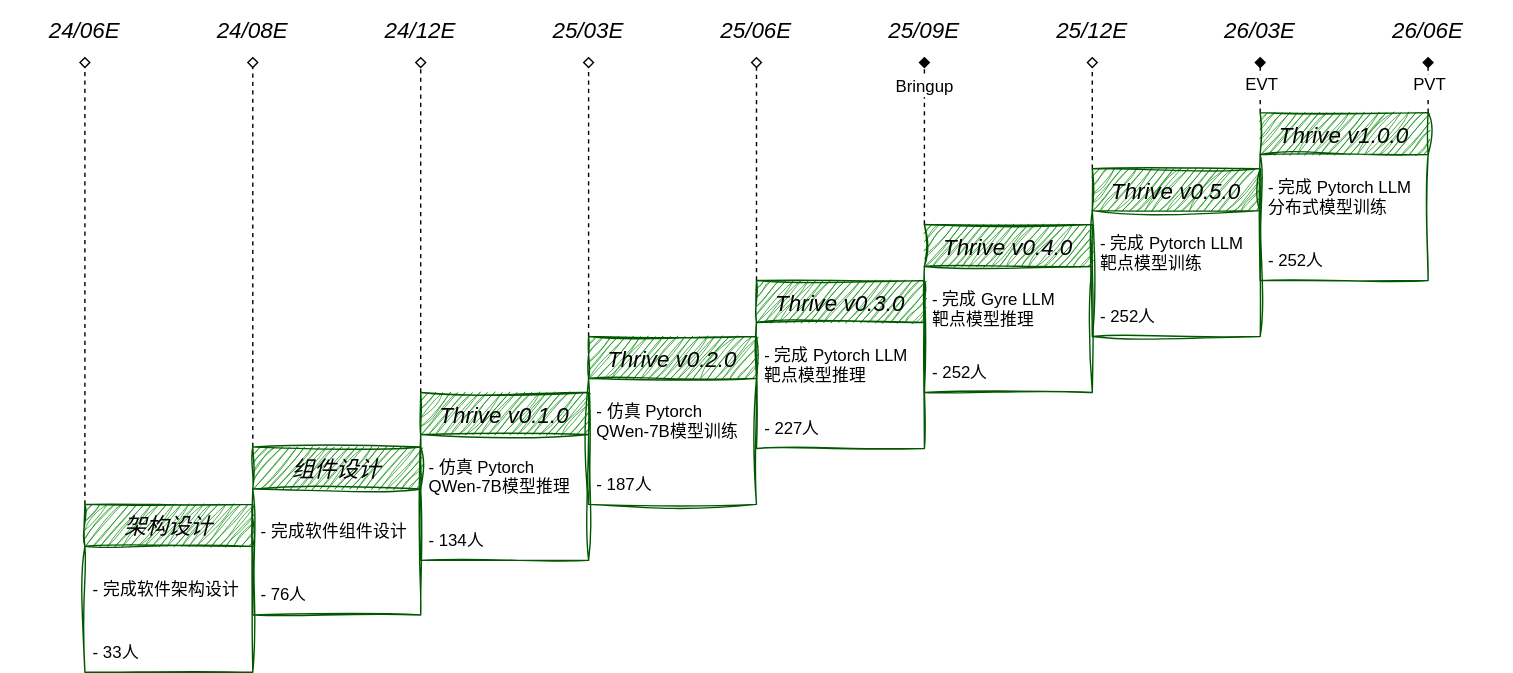
Above: doc/dev_schedule.drawio.svg in matchdiy/memo (draw.io), before the change. Source tidied: cells renumbered, new cells last; positions are measured from the earlier drawing's top-left corner, leaving out a move shared by most shapes.
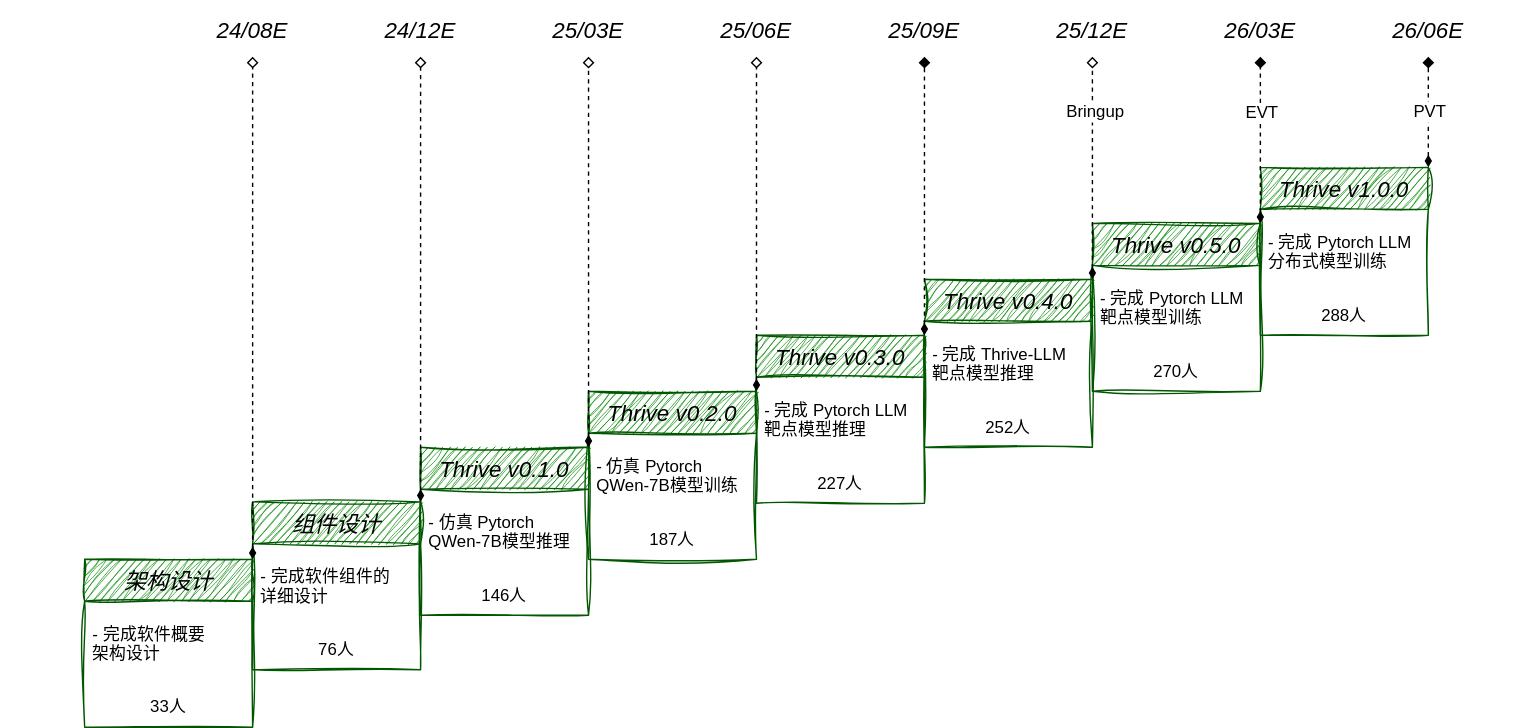
Above is the later version.

Diff of the diagram source:
```diff
@@ -4,68 +4,36 @@
     <mxCell id="1" parent="0" />
-    <mxCell id="2" value="24/06E" style="rounded=0;fontSize=16;fontStyle=2;dashed=1;dashPattern=1 1;strokeColor=none;sketch=1;curveFitting=1;jiggle=2;" parent="1" vertex="1">
+    <mxCell id="2" style="rounded=0;fontSize=16;fontStyle=2;dashed=1;dashPattern=1 1;strokeColor=none;fontColor=default;" parent="1" vertex="1">
       <mxGeometry width="120" height="40" as="geometry" />
     </mxCell>
-    <mxCell id="3" value="24/08E" style="rounded=0;fontSize=16;fontStyle=2;dashed=1;dashPattern=1 1;strokeColor=none;sketch=1;curveFitting=1;jiggle=2;" parent="1" vertex="1">
+    <mxCell id="3" value="24/08E" style="rounded=0;fontSize=16;fontStyle=2;dashed=1;dashPattern=1 1;strokeColor=none;fontColor=default;" parent="1" vertex="1">
       <mxGeometry x="120" width="120" height="40" as="geometry" />
     </mxCell>
-    <mxCell id="4" value="24/12E" style="rounded=0;fontSize=16;fontStyle=2;dashed=1;dashPattern=1 1;strokeColor=none;sketch=1;curveFitting=1;jiggle=2;" parent="1" vertex="1">
+    <mxCell id="4" value="24/12E" style="rounded=0;fontSize=16;fontStyle=2;dashed=1;dashPattern=1 1;strokeColor=none;fontColor=default;" parent="1" vertex="1">
       <mxGeometry x="240" width="120" height="40" as="geometry" />
     </mxCell>
-    <mxCell id="5" value="25/03E" style="rounded=0;fontSize=16;fontStyle=2;dashed=1;dashPattern=1 1;strokeColor=none;sketch=1;curveFitting=1;jiggle=2;" parent="1" vertex="1">
+    <mxCell id="5" value="25/03E" style="rounded=0;fontSize=16;fontStyle=2;dashed=1;dashPattern=1 1;strokeColor=none;fontColor=default;" parent="1" vertex="1">
       <mxGeometry x="360" width="120" height="40" as="geometry" />
     </mxCell>
-    <mxCell id="6" value="25/06E" style="rounded=0;fontSize=16;fontStyle=2;dashed=1;dashPattern=1 1;strokeColor=none;sketch=1;curveFitting=1;jiggle=2;" parent="1" vertex="1">
+    <mxCell id="6" value="25/06E" style="rounded=0;fontSize=16;fontStyle=2;dashed=1;dashPattern=1 1;strokeColor=none;fontColor=default;" parent="1" vertex="1">
       <mxGeometry x="480" width="120" height="40" as="geometry" />
     </mxCell>
-    <mxCell id="7" value="25/09E" style="rounded=0;fontSize=16;fontStyle=2;dashed=1;dashPattern=1 1;strokeColor=none;sketch=1;curveFitting=1;jiggle=2;" parent="1" vertex="1">
+    <mxCell id="7" value="25/09E" style="rounded=0;fontSize=16;fontStyle=2;dashed=1;dashPattern=1 1;strokeColor=none;fontColor=default;" parent="1" vertex="1">
       <mxGeometry x="600" width="120" height="40" as="geometry" />
     </mxCell>
-    <mxCell id="8" value="25/12E" style="rounded=0;fontSize=16;fontStyle=2;dashed=1;dashPattern=1 1;strokeColor=none;sketch=1;curveFitting=1;jiggle=2;" parent="1" vertex="1">
+    <mxCell id="8" value="25/12E" style="rounded=0;fontSize=16;fontStyle=2;dashed=1;dashPattern=1 1;strokeColor=none;fontColor=default;" parent="1" vertex="1">
       <mxGeometry x="720" width="120" height="40" as="geometry" />
     </mxCell>
-    <mxCell id="9" value="26/03E" style="rounded=0;fontSize=16;fontStyle=2;dashed=1;dashPattern=1 1;strokeColor=none;sketch=1;curveFitting=1;jiggle=2;" parent="1" vertex="1">
+    <mxCell id="9" value="26/03E" style="rounded=0;fontSize=16;fontStyle=2;dashed=1;dashPattern=1 1;strokeColor=none;fontColor=default;" parent="1" vertex="1">
       <mxGeometry x="840" width="120" height="40" as="geometry" />
     </mxCell>
-    <mxCell id="10" value="26/06E" style="rounded=0;fontSize=16;fontStyle=2;dashed=1;dashPattern=1 1;strokeColor=none;sketch=1;curveFitting=1;jiggle=2;" parent="1" vertex="1">
+    <mxCell id="10" value="26/06E" style="rounded=0;fontSize=16;fontStyle=2;dashed=1;dashPattern=1 1;strokeColor=none;fontColor=default;" parent="1" vertex="1">
       <mxGeometry x="960" width="120" height="40" as="geometry" />
     </mxCell>
-    <mxCell id="11" style="endArrow=diamond;dashed=1;fontSize=16;entryX=0.5;entryY=1;entryDx=0;entryDy=0;startArrow=none;startFill=0;endFill=0;exitX=0;exitY=0;exitDx=0;exitDy=0;fontColor=default;fontStyle=2;" parent="1" edge="1" source="21" target="2">
-      <mxGeometry relative="1" as="geometry" />
-    </mxCell>
-    <mxCell id="12" style="endArrow=diamond;dashed=1;fontSize=16;entryX=0.5;entryY=1;entryDx=0;entryDy=0;startArrow=none;startFill=0;endFill=0;exitX=0;exitY=0;exitDx=0;exitDy=0;fontColor=default;fontStyle=2;" parent="1" edge="1" source="42" target="3">
-      <mxGeometry relative="1" as="geometry" />
-    </mxCell>
-    <mxCell id="13" style="endArrow=diamond;dashed=1;fontSize=16;entryX=0.5;entryY=1;entryDx=0;entryDy=0;startArrow=none;startFill=0;endFill=0;exitX=0;exitY=0;exitDx=0;exitDy=0;fontColor=default;fontStyle=2;" parent="1" edge="1" source="39" target="4">
-      <mxGeometry relative="1" as="geometry" />
-    </mxCell>
-    <mxCell id="14" style="endArrow=diamond;dashed=1;fontSize=16;entryX=0.5;entryY=1;entryDx=0;entryDy=0;startArrow=none;startFill=0;endFill=0;exitX=0;exitY=0;exitDx=0;exitDy=0;fontColor=default;fontStyle=2;" parent="1" edge="1" source="36" target="5">
-      <mxGeometry relative="1" as="geometry" />
-    </mxCell>
-    <mxCell id="15" style="endArrow=diamond;dashed=1;fontSize=16;entryX=0.5;entryY=1;entryDx=0;entryDy=0;startArrow=none;startFill=0;endFill=0;exitX=0;exitY=0;exitDx=0;exitDy=0;fontColor=default;fontStyle=2;" parent="1" edge="1" source="33" target="6">
-      <mxGeometry relative="1" as="geometry" />
-    </mxCell>
-    <mxCell id="16" style="endArrow=diamond;dashed=1;fontSize=16;entryX=0.5;entryY=1;entryDx=0;entryDy=0;startArrow=none;startFill=0;endFill=1;exitX=0;exitY=0;exitDx=0;exitDy=0;fontColor=default;fontStyle=2;" parent="1" edge="1" source="30" target="7">
-      <mxGeometry relative="1" as="geometry" />
-    </mxCell>
-    <mxCell id="17" value="Bringup" style="edgeLabel;align=center;verticalAlign=middle;fontSize=12;fontColor=default;" parent="16" vertex="1">
-      <mxGeometry x="0.45" y="-1" relative="1" as="geometry">
-        <mxPoint x="-1" y="-13" as="offset" />
-      </mxGeometry>
-    </mxCell>
-    <mxCell id="18" style="endArrow=diamond;dashed=1;fontSize=16;startArrow=none;startFill=0;endFill=0;entryX=0.5;entryY=1;entryDx=0;entryDy=0;exitX=0;exitY=0;exitDx=0;exitDy=0;fontColor=default;fontStyle=2;" parent="1" edge="1" source="27" target="8">
-      <mxGeometry relative="1" as="geometry" />
-    </mxCell>
-    <mxCell id="19" style="endArrow=diamond;dashed=1;fontSize=16;startArrow=none;startFill=0;endFill=1;exitX=0;exitY=0;exitDx=0;exitDy=0;fontColor=default;fontStyle=2;" parent="1" edge="1" source="24" target="9">
-      <mxGeometry relative="1" as="geometry" />
-    </mxCell>
-    <mxCell id="20" value="EVT" style="edgeLabel;align=center;verticalAlign=middle;fontSize=12;fontColor=default;" parent="19" vertex="1">
-      <mxGeometry x="0.05" y="-1" relative="1" as="geometry" />
-    </mxCell>
     <mxCell id="21" value="架构设计" style="swimlane;fontStyle=2;horizontal=1;startSize=30;sketch=1;fontSize=16;fontColor=default;curveFitting=1;jiggle=2;fillColor=#008a00;strokeColor=#005700;" parent="1" vertex="1">
-      <mxGeometry x="60" y="360" width="120" height="120" as="geometry" />
+      <mxGeometry x="60" y="399" width="120" height="120" as="geometry" />
     </mxCell>
-    <mxCell id="22" value="- 完成软件架构设计" style="text;strokeColor=none;fillColor=none;align=left;verticalAlign=middle;spacingLeft=4;spacingRight=4;overflow=hidden;sketch=1;fontSize=12;fontColor=default;curveFitting=1;jiggle=2;fontStyle=0;" parent="21" vertex="1">
+    <mxCell id="22" value="- 完成软件概要&#10;  架构设计" style="text;strokeColor=none;fillColor=none;align=left;verticalAlign=middle;spacingLeft=4;spacingRight=4;overflow=hidden;sketch=1;fontSize=12;fontColor=default;curveFitting=1;jiggle=2;fontStyle=0;" parent="21" vertex="1">
       <mxGeometry y="30" width="120" height="60" as="geometry" />
     </mxCell>
-    <mxCell id="23" value="- 33人" style="text;strokeColor=none;fillColor=none;align=left;verticalAlign=middle;spacingLeft=4;spacingRight=4;overflow=hidden;sketch=1;fontSize=12;fontColor=default;curveFitting=1;jiggle=2;fontStyle=0;" parent="21" vertex="1">
+    <mxCell id="23" value="33人" style="text;strokeColor=none;fillColor=none;align=center;verticalAlign=middle;spacingLeft=4;spacingRight=4;overflow=hidden;sketch=1;fontSize=12;fontColor=default;curveFitting=1;jiggle=2;fontStyle=0;" parent="21" vertex="1">
       <mxGeometry y="90" width="120" height="30" as="geometry" />
@@ -73,3 +41,3 @@
     <mxCell id="24" value="Thrive v1.0.0" style="swimlane;fontStyle=2;horizontal=1;startSize=30;sketch=1;fontSize=16;fontColor=default;curveFitting=1;jiggle=2;fillColor=#008a00;strokeColor=#005700;" parent="1" vertex="1">
-      <mxGeometry x="900" y="80" width="120" height="120" as="geometry" />
+      <mxGeometry x="900" y="119" width="120" height="120" as="geometry" />
     </mxCell>
@@ -78,3 +46,3 @@
     </mxCell>
-    <mxCell id="26" value="- 252人" style="text;strokeColor=none;fillColor=none;align=left;verticalAlign=middle;spacingLeft=4;spacingRight=4;overflow=hidden;sketch=1;fontSize=12;fontColor=default;curveFitting=1;jiggle=2;fontStyle=0;" parent="24" vertex="1">
+    <mxCell id="26" value="288人" style="text;strokeColor=none;fillColor=none;align=center;verticalAlign=middle;spacingLeft=4;spacingRight=4;overflow=hidden;sketch=1;fontSize=12;fontColor=default;curveFitting=1;jiggle=2;fontStyle=0;" parent="24" vertex="1">
       <mxGeometry y="90" width="120" height="30" as="geometry" />
@@ -82,3 +50,3 @@
     <mxCell id="27" value="Thrive v0.5.0" style="swimlane;fontStyle=2;horizontal=1;startSize=30;sketch=1;fontSize=16;fontColor=default;curveFitting=1;jiggle=2;fillColor=#008a00;strokeColor=#005700;" parent="1" vertex="1">
-      <mxGeometry x="780" y="120" width="120" height="120" as="geometry" />
+      <mxGeometry x="780" y="159" width="120" height="120" as="geometry" />
     </mxCell>
@@ -87,3 +55,3 @@
     </mxCell>
-    <mxCell id="29" value="- 252人" style="text;strokeColor=none;fillColor=none;align=left;verticalAlign=middle;spacingLeft=4;spacingRight=4;overflow=hidden;sketch=1;fontSize=12;fontColor=default;curveFitting=1;jiggle=2;fontStyle=0;" parent="27" vertex="1">
+    <mxCell id="29" value="270人" style="text;strokeColor=none;fillColor=none;align=center;verticalAlign=middle;spacingLeft=4;spacingRight=4;overflow=hidden;sketch=1;fontSize=12;fontColor=default;curveFitting=1;jiggle=2;fontStyle=0;" parent="27" vertex="1">
       <mxGeometry y="90" width="120" height="30" as="geometry" />
@@ -91,8 +59,8 @@
     <mxCell id="30" value="Thrive v0.4.0" style="swimlane;fontStyle=2;horizontal=1;startSize=30;sketch=1;fontSize=16;fontColor=default;curveFitting=1;jiggle=2;fillColor=#008a00;strokeColor=#005700;" parent="1" vertex="1">
-      <mxGeometry x="660" y="160" width="120" height="120" as="geometry" />
+      <mxGeometry x="660" y="199" width="120" height="120" as="geometry" />
     </mxCell>
-    <mxCell id="31" value="- 完成 Gyre LLM &#10;  靶点模型推理" style="text;strokeColor=none;fillColor=none;align=left;verticalAlign=middle;spacingLeft=4;spacingRight=4;overflow=hidden;sketch=1;fontSize=12;fontColor=default;curveFitting=1;jiggle=2;fontStyle=0;" parent="30" vertex="1">
+    <mxCell id="31" value="- 完成 Thrive-LLM &#10;  靶点模型推理" style="text;strokeColor=none;fillColor=none;align=left;verticalAlign=middle;spacingLeft=4;spacingRight=4;overflow=hidden;sketch=1;fontSize=12;fontColor=default;curveFitting=1;jiggle=2;fontStyle=0;" parent="30" vertex="1">
       <mxGeometry y="30" width="120" height="60" as="geometry" />
     </mxCell>
-    <mxCell id="32" value="- 252人" style="text;strokeColor=none;fillColor=none;align=left;verticalAlign=middle;spacingLeft=4;spacingRight=4;overflow=hidden;sketch=0;fontSize=12;fontColor=default;fontStyle=0;" parent="30" vertex="1">
+    <mxCell id="32" value="252人" style="text;strokeColor=none;fillColor=none;align=center;verticalAlign=middle;spacingLeft=4;spacingRight=4;overflow=hidden;sketch=0;fontSize=12;fontColor=default;fontStyle=0;" parent="30" vertex="1">
       <mxGeometry y="90" width="120" height="30" as="geometry" />
@@ -100,3 +68,3 @@
     <mxCell id="33" value="Thrive v0.3.0" style="swimlane;fontStyle=2;horizontal=1;startSize=30;sketch=1;fontSize=16;fontColor=default;curveFitting=1;jiggle=2;fillColor=#008a00;strokeColor=#005700;" parent="1" vertex="1">
-      <mxGeometry x="540" y="200" width="120" height="120" as="geometry" />
+      <mxGeometry x="540" y="239" width="120" height="120" as="geometry" />
     </mxCell>
@@ -105,3 +73,3 @@
     </mxCell>
-    <mxCell id="35" value="- 227人" style="text;strokeColor=none;fillColor=none;align=left;verticalAlign=middle;spacingLeft=4;spacingRight=4;overflow=hidden;sketch=0;fontSize=12;fontColor=default;fontStyle=0;" parent="33" vertex="1">
+    <mxCell id="35" value="227人" style="text;strokeColor=none;fillColor=none;align=center;verticalAlign=middle;spacingLeft=4;spacingRight=4;overflow=hidden;sketch=0;fontSize=12;fontColor=default;fontStyle=0;" parent="33" vertex="1">
       <mxGeometry y="90" width="120" height="30" as="geometry" />
@@ -109,3 +77,3 @@
     <mxCell id="36" value="Thrive v0.2.0" style="swimlane;fontStyle=2;horizontal=1;startSize=30;sketch=1;fontSize=16;fontColor=default;curveFitting=1;jiggle=2;fillColor=#008a00;strokeColor=#005700;" parent="1" vertex="1">
-      <mxGeometry x="420" y="240" width="120" height="120" as="geometry" />
+      <mxGeometry x="420" y="279" width="120" height="120" as="geometry" />
     </mxCell>
@@ -114,3 +82,3 @@
     </mxCell>
-    <mxCell id="38" value="- 187人" style="text;strokeColor=none;fillColor=none;align=left;verticalAlign=middle;spacingLeft=4;spacingRight=4;overflow=hidden;sketch=1;fontSize=12;fontColor=default;curveFitting=1;jiggle=2;fontStyle=0;" parent="36" vertex="1">
+    <mxCell id="38" value="187人" style="text;strokeColor=none;fillColor=none;align=center;verticalAlign=middle;spacingLeft=4;spacingRight=4;overflow=hidden;sketch=1;fontSize=12;fontColor=default;curveFitting=1;jiggle=2;fontStyle=0;" parent="36" vertex="1">
       <mxGeometry y="90" width="120" height="30" as="geometry" />
@@ -118,3 +86,3 @@
     <mxCell id="39" value="Thrive v0.1.0" style="swimlane;fontStyle=2;horizontal=1;startSize=30;sketch=1;fontSize=16;fontColor=default;curveFitting=1;jiggle=2;fillColor=#008a00;strokeColor=#005700;" parent="1" vertex="1">
-      <mxGeometry x="300" y="280" width="120" height="120" as="geometry" />
+      <mxGeometry x="300" y="319" width="120" height="120" as="geometry" />
     </mxCell>
@@ -123,3 +91,3 @@
     </mxCell>
-    <mxCell id="41" value="- 134人" style="text;strokeColor=none;fillColor=none;align=left;verticalAlign=middle;spacingLeft=4;spacingRight=4;overflow=hidden;sketch=1;fontSize=12;fontColor=default;curveFitting=1;jiggle=2;fontStyle=0;" parent="39" vertex="1">
+    <mxCell id="41" value="146人" style="text;strokeColor=none;fillColor=none;align=center;verticalAlign=middle;spacingLeft=4;spacingRight=4;overflow=hidden;sketch=1;fontSize=12;fontColor=default;curveFitting=1;jiggle=2;fontStyle=0;" parent="39" vertex="1">
       <mxGeometry y="90" width="120" height="30" as="geometry" />
@@ -127,11 +95,36 @@
     <mxCell id="42" value="组件设计" style="swimlane;fontStyle=2;horizontal=1;startSize=30;sketch=1;fontSize=16;fontColor=default;curveFitting=1;jiggle=2;fillColor=#008a00;strokeColor=#005700;" parent="1" vertex="1">
-      <mxGeometry x="180" y="319" width="120" height="120" as="geometry" />
+      <mxGeometry x="180" y="358" width="120" height="120" as="geometry" />
     </mxCell>
-    <mxCell id="43" value="- 完成软件组件设计" style="text;strokeColor=none;fillColor=none;align=left;verticalAlign=middle;spacingLeft=4;spacingRight=4;overflow=hidden;sketch=1;fontSize=12;fontColor=default;curveFitting=1;jiggle=2;fontStyle=0;" parent="42" vertex="1">
+    <mxCell id="43" value="- 完成软件组件的&#10;  详细设计" style="text;strokeColor=none;fillColor=none;align=left;verticalAlign=middle;spacingLeft=4;spacingRight=4;overflow=hidden;sketch=1;fontSize=12;fontColor=default;curveFitting=1;jiggle=2;fontStyle=0;" parent="42" vertex="1">
       <mxGeometry y="30" width="120" height="60" as="geometry" />
     </mxCell>
-    <mxCell id="44" value="- 76人" style="text;strokeColor=none;fillColor=none;align=left;verticalAlign=middle;spacingLeft=4;spacingRight=4;overflow=hidden;sketch=1;fontSize=12;fontColor=default;curveFitting=1;jiggle=2;fontStyle=0;" parent="42" vertex="1">
+    <mxCell id="44" value="76人" style="text;strokeColor=none;fillColor=none;align=center;verticalAlign=middle;spacingLeft=4;spacingRight=4;overflow=hidden;sketch=1;fontSize=12;fontColor=default;curveFitting=1;jiggle=2;fontStyle=0;" parent="42" vertex="1">
       <mxGeometry y="90" width="120" height="30" as="geometry" />
     </mxCell>
+    <mxCell id="14" style="endArrow=diamond;dashed=1;fontSize=16;entryX=0.5;entryY=1;entryDx=0;entryDy=0;startArrow=diamondThin;startFill=1;endFill=0;exitX=1;exitY=0;exitDx=0;exitDy=0;fontColor=default;fontStyle=2;" parent="1" edge="1" source="39" target="5">
+      <mxGeometry relative="1" as="geometry" />
+    </mxCell>
+    <mxCell id="15" style="endArrow=diamond;dashed=1;fontSize=16;entryX=0.5;entryY=1;entryDx=0;entryDy=0;startArrow=diamondThin;startFill=1;endFill=0;exitX=1;exitY=0;exitDx=0;exitDy=0;fontColor=default;fontStyle=2;" parent="1" edge="1" source="36" target="6">
+      <mxGeometry relative="1" as="geometry" />
+    </mxCell>
+    <mxCell id="16" style="endArrow=diamond;dashed=1;fontSize=16;entryX=0.5;entryY=1;entryDx=0;entryDy=0;startArrow=diamondThin;startFill=1;endFill=1;exitX=1;exitY=0;exitDx=0;exitDy=0;fontColor=default;fontStyle=2;" parent="1" edge="1" source="33" target="7">
+      <mxGeometry relative="1" as="geometry" />
+    </mxCell>
+    <mxCell id="18" style="endArrow=diamond;dashed=1;fontSize=16;startArrow=diamondThin;startFill=1;endFill=0;entryX=0.5;entryY=1;entryDx=0;entryDy=0;exitX=1;exitY=0;exitDx=0;exitDy=0;fontColor=default;fontStyle=2;" parent="1" edge="1" source="30" target="8">
+      <mxGeometry relative="1" as="geometry" />
+    </mxCell>
+    <mxCell id="17" value="Bringup" style="edgeLabel;align=center;verticalAlign=middle;fontSize=12;fontFamily=Helvetica;fontColor=default;" parent="18" vertex="1">
+      <mxGeometry x="0.52" y="-1" relative="1" as="geometry">
+        <mxPoint x="1" as="offset" />
+      </mxGeometry>
+    </mxCell>
+    <mxCell id="19" style="endArrow=diamond;dashed=1;fontSize=16;startArrow=diamondThin;startFill=1;endFill=1;exitX=1;exitY=0;exitDx=0;exitDy=0;fontColor=default;fontStyle=2;" parent="1" edge="1" source="27" target="9">
+      <mxGeometry relative="1" as="geometry" />
+    </mxCell>
+    <mxCell id="20" value="EVT" style="edgeLabel;align=center;verticalAlign=middle;fontSize=12;fontColor=default;" parent="19" vertex="1">
+      <mxGeometry x="0.05" y="-1" relative="1" as="geometry">
+        <mxPoint y="-18" as="offset" />
+      </mxGeometry>
+    </mxCell>
-    <mxCell id="45" style="endArrow=diamond;dashed=1;fontSize=16;startArrow=none;startFill=0;endFill=1;exitX=1;exitY=0;exitDx=0;exitDy=0;fontColor=default;fontStyle=2;entryX=0.5;entryY=1;entryDx=0;entryDy=0;" parent="1" edge="1" source="24" target="10">
+    <mxCell id="45" style="endArrow=diamond;dashed=1;fontSize=16;startArrow=diamondThin;startFill=1;endFill=1;exitX=1;exitY=0;exitDx=0;exitDy=0;fontColor=default;fontStyle=2;entryX=0.5;entryY=1;entryDx=0;entryDy=0;" parent="1" edge="1" source="24" target="10">
       <mxGeometry relative="1" as="geometry" />
@@ -141,2 +134,8 @@
     </mxCell>
+    <mxCell id="12" style="endArrow=diamond;dashed=1;fontSize=16;entryX=0.5;entryY=1;entryDx=0;entryDy=0;startArrow=diamondThin;startFill=1;endFill=0;exitX=1;exitY=0;exitDx=0;exitDy=0;fontColor=default;fontStyle=2;" parent="1" edge="1" source="21" target="3">
+      <mxGeometry relative="1" as="geometry" />
+    </mxCell>
+    <mxCell id="13" style="endArrow=diamond;dashed=1;fontSize=16;entryX=0.5;entryY=1;entryDx=0;entryDy=0;startArrow=diamondThin;startFill=1;endFill=0;exitX=1;exitY=0;exitDx=0;exitDy=0;fontColor=default;fontStyle=2;" parent="1" edge="1" source="42" target="4">
+      <mxGeometry relative="1" as="geometry" />
+    </mxCell>
   </root>
```
